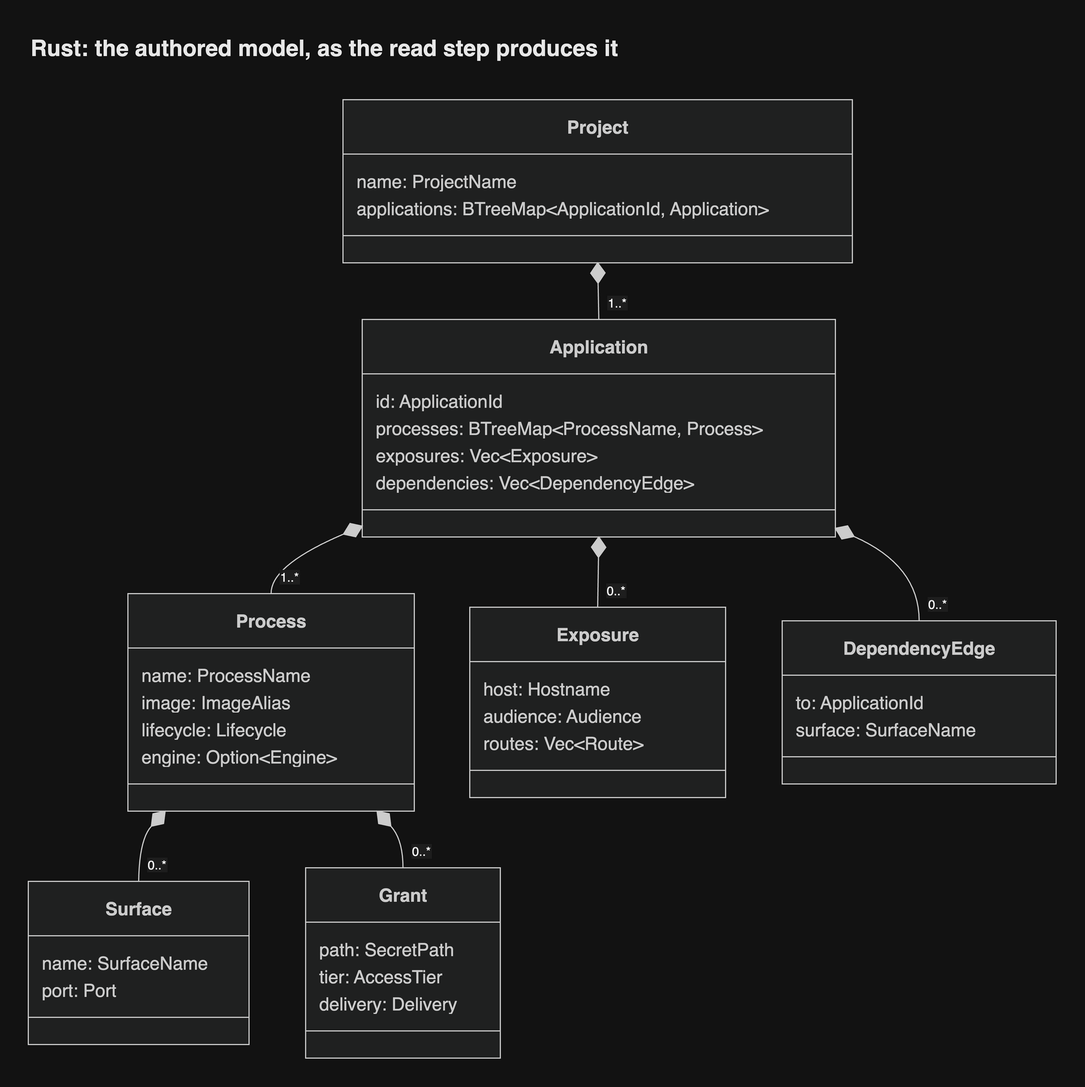
Above: docs/diagrams/png/rust-authored-model.png in JorisJonkers-dev/estate-kit (draw.io), before the change. Source tidied: cells renumbered, new cells last; positions are measured from the earlier drawing's top-left corner, leaving out a move shared by most shapes.
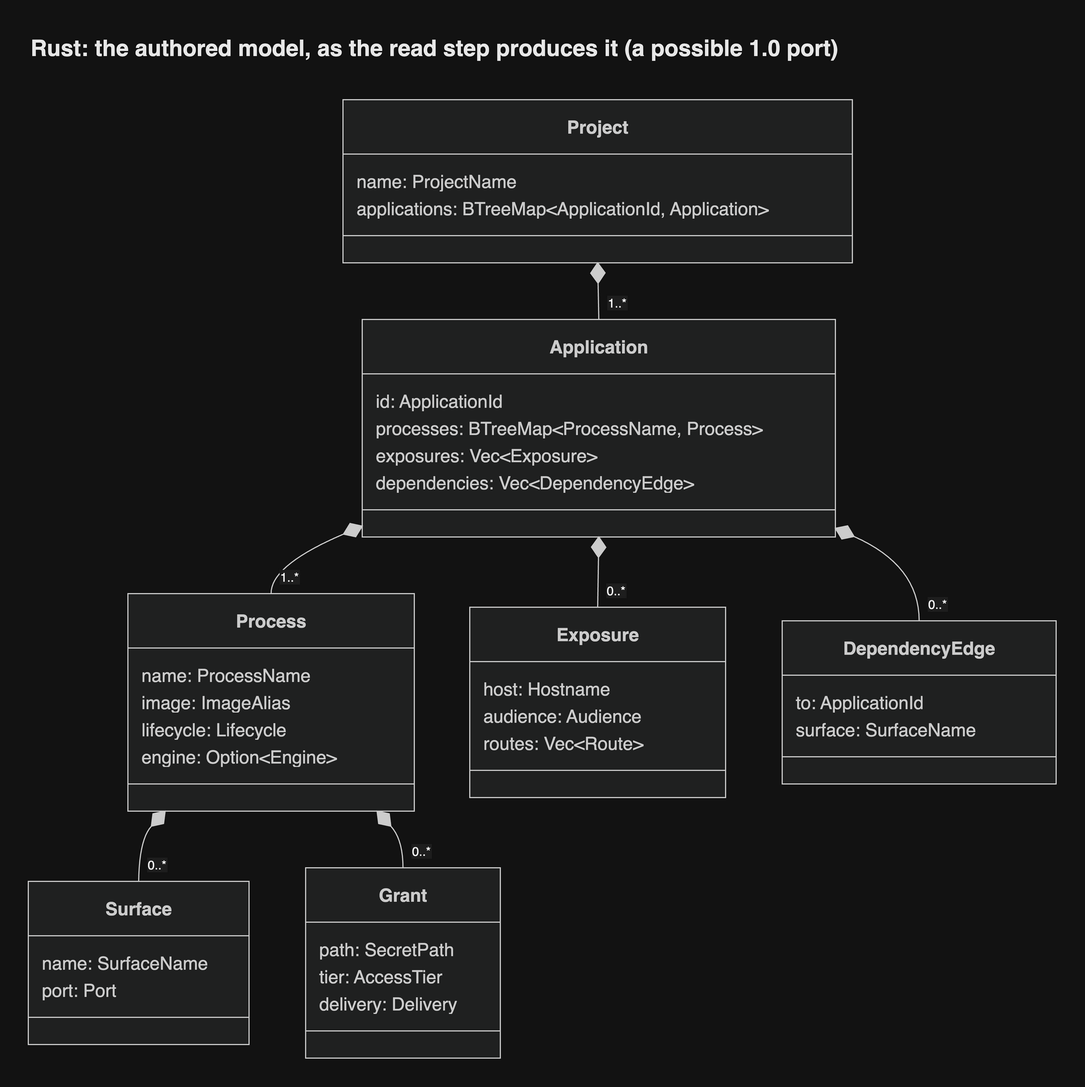
After the change.

Change to the diagram source:
```diff
@@ -156,7 +156,7 @@
     <mxCell id="47" value="0..*" style="edgeLabel;fontSize=11;spacing=8;align=left;verticalAlign=bottom;fontFamily=Helvetica;labelBackgroundColor=light-dark(#ffffff,#1e1e1e);" parent="46" vertex="1">
       <mxGeometry x="1" relative="1" as="geometry" />
     </mxCell>
-    <mxCell id="48" value="Rust: the authored model, as the read step produces it" style="text;html=1;whiteSpace=wrap;align=left;verticalAlign=middle;fontSize=20;fontStyle=1;fontColor=light-dark(#1a1a1a,#e8e8e8);fontFamily=Helvetica;" parent="1" vertex="1">
+    <mxCell id="48" value="Rust: the authored model, as the read step produces it (a possible 1.0 port)" style="text;html=1;whiteSpace=wrap;align=left;verticalAlign=middle;fontSize=20;fontStyle=1;fontColor=light-dark(#1a1a1a,#e8e8e8);fontFamily=Helvetica;" parent="1" vertex="1">
       <mxGeometry width="908" height="36" as="geometry" />
     </mxCell>
   </root>
```
